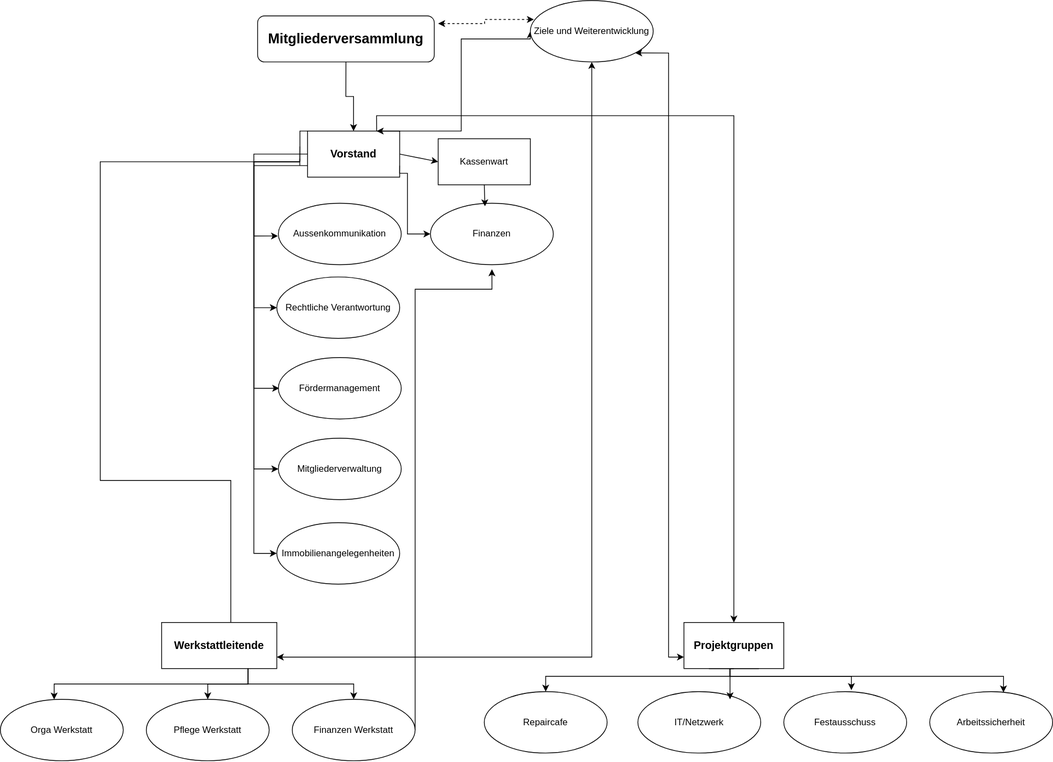
Above: Garagelab.drawio.svg in garagelab-dus/organigram (draw.io), before the change. Source tidied: cells renumbered, new cells last; positions are measured from the earlier drawing's top-left corner, leaving out a move shared by most shapes.
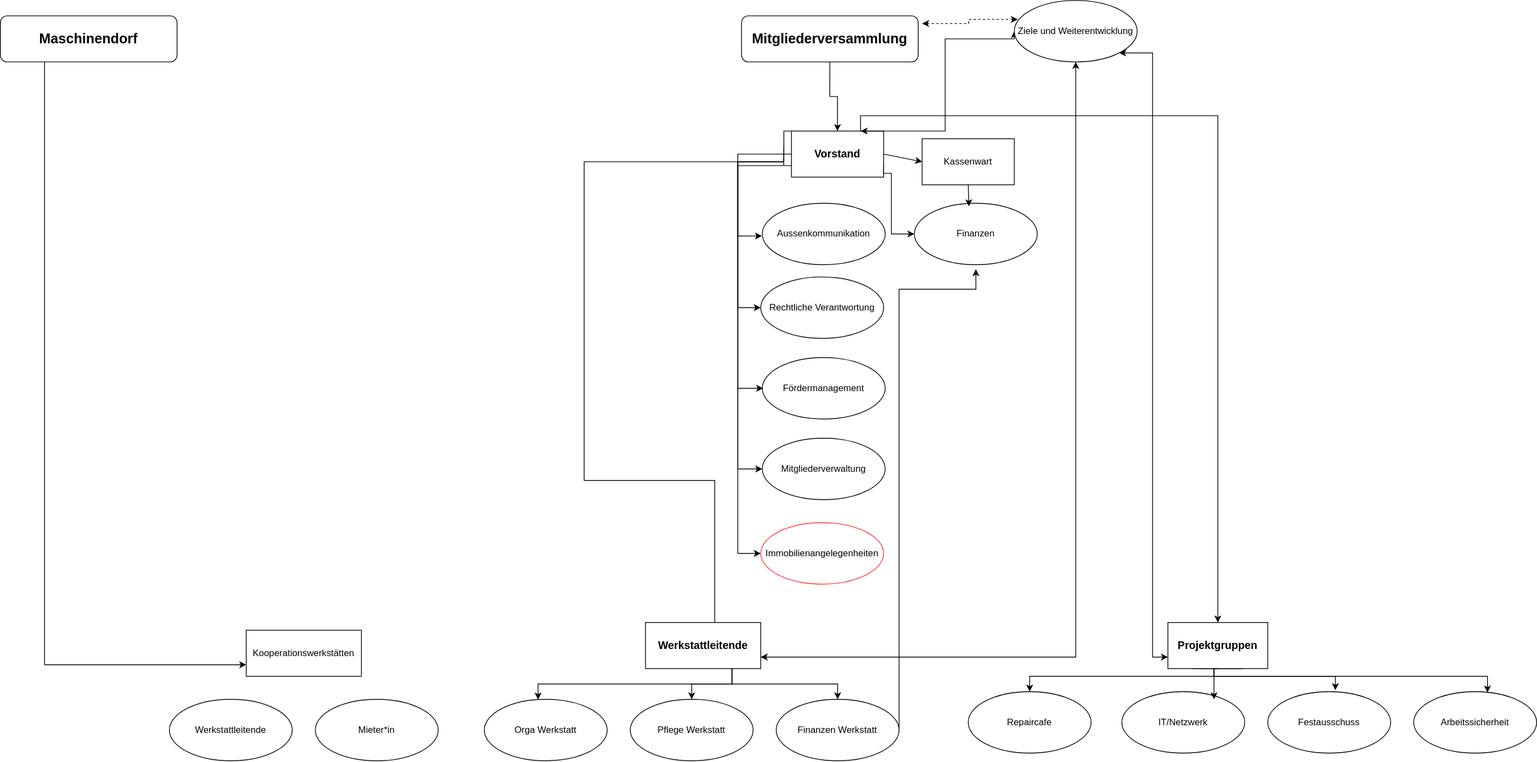
Above is the later version.

What changed in the source:
```diff
@@ -194,7 +194,7 @@
     <mxCell id="38" value="Mitgliederverwaltung" style="ellipse;whiteSpace=wrap;html=1;" parent="1" vertex="1">
       <mxGeometry x="361.9" y="570" width="160" height="80" as="geometry" />
     </mxCell>
-    <mxCell id="39" value="Immobilienangelegenheiten" style="ellipse;whiteSpace=wrap;html=1;" parent="1" vertex="1">
+    <mxCell id="39" value="Immobilienangelegenheiten" style="ellipse;whiteSpace=wrap;html=1;strokeColor=#FF3333;" parent="1" vertex="1">
       <mxGeometry x="359.9" y="680" width="160" height="80" as="geometry" />
     </mxCell>
     <mxCell id="40" style="edgeStyle=orthogonalEdgeStyle;rounded=0;jettySize=auto;html=1;exitX=0;exitY=0.5;exitDx=0;exitDy=0;entryX=0.75;entryY=0;entryDx=0;entryDy=0;startArrow=classic;startFill=1;" parent="1" edge="1" source="43" target="7">
@@ -214,5 +214,20 @@
     <mxCell id="43" value="Ziele und Weiterentwicklung" style="ellipse;whiteSpace=wrap;html=1;" parent="1" vertex="1">
       <mxGeometry x="690" width="160" height="80" as="geometry" />
     </mxCell>
+    <mxCell id="44" value="Kooperationswerkstätten" style="rounded=0;whiteSpace=wrap;html=1;" parent="1" vertex="1">
+      <mxGeometry x="-310" y="820" width="150" height="60" as="geometry" />
+    </mxCell>
+    <mxCell id="45" value="Werkstattleitende" style="ellipse;whiteSpace=wrap;html=1;" parent="1" vertex="1">
+      <mxGeometry x="-410" y="910" width="160" height="80" as="geometry" />
+    </mxCell>
+    <mxCell id="46" value="Mieter*in" style="ellipse;whiteSpace=wrap;html=1;" parent="1" vertex="1">
+      <mxGeometry x="-220" y="910" width="160" height="80" as="geometry" />
+    </mxCell>
+    <mxCell id="47" style="edgeStyle=orthogonalEdgeStyle;rounded=0;jettySize=auto;html=1;exitX=0.25;exitY=1;exitDx=0;exitDy=0;entryX=0;entryY=0.75;entryDx=0;entryDy=0;" parent="1" edge="1" source="48" target="44">
+      <mxGeometry relative="1" as="geometry" />
+    </mxCell>
+    <mxCell id="48" value="&lt;h2&gt;Maschinendorf&lt;/h2&gt;" style="rounded=1;whiteSpace=wrap;html=1;" parent="1" vertex="1">
+      <mxGeometry x="-630" y="20" width="230" height="60" as="geometry" />
+    </mxCell>
   </root>
 </mxGraphModel>
```
